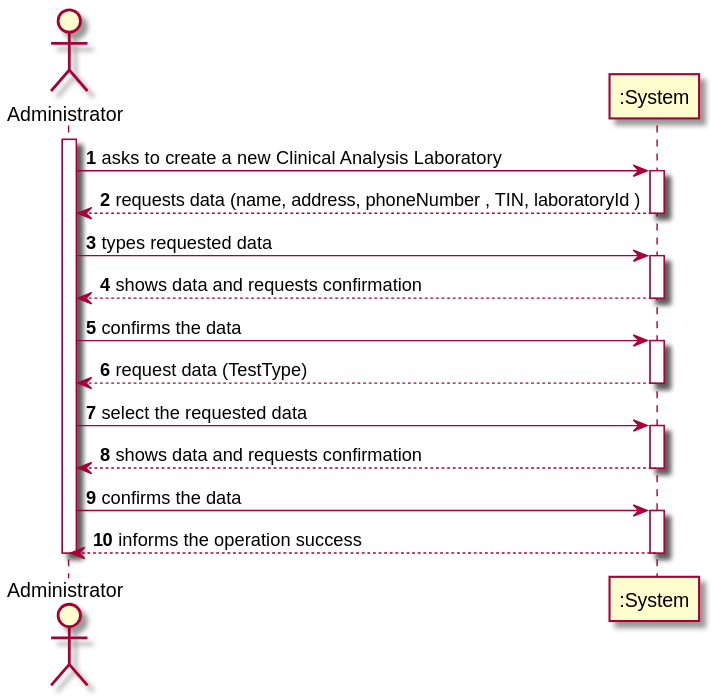
Earlier version of the PlantUML export docs/SprintB/US08/US08_SSD.svg (manu-07-ela/LAPR2_ISEP).
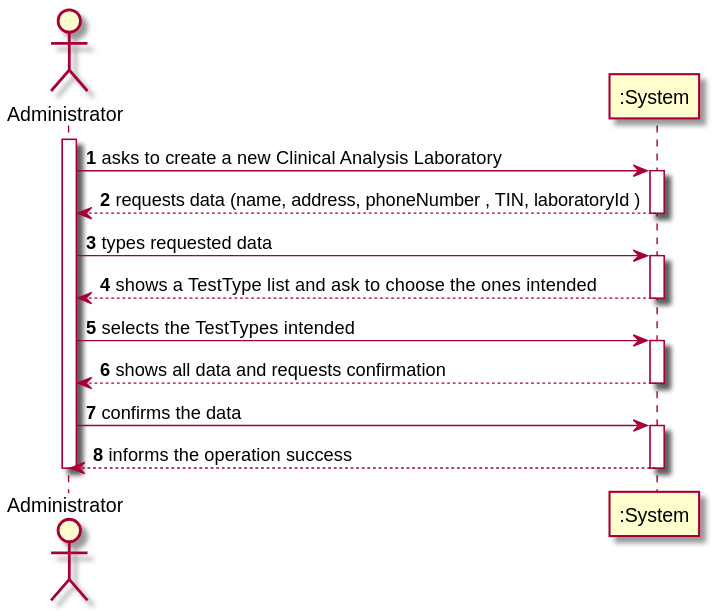
After the change.

Diff of the diagram source:
```diff
@@ -11,19 +11,13 @@
 
 Adm -> ":System" : types requested data
 activate ":System"
-":System" --> Adm : shows data and requests confirmation
+":System" --> Adm : shows a TestType list and ask to choose the ones intended
 deactivate ":System"
 
-Adm -> ":System" : confirms the data
+Adm -> ":System" : selects the TestTypes intended
 activate ":System"
-":System" --> Adm : request data (TestType)
+":System" --> Adm : shows all data and requests confirmation
 deactivate ":System"
-
-Adm -> ":System" : select the requested data
-activate ":System"
-":System" --> Adm : shows data and requests confirmation
-deactivate ":System"
-
 
 
 Adm -> ":System" : confirms the data
```
